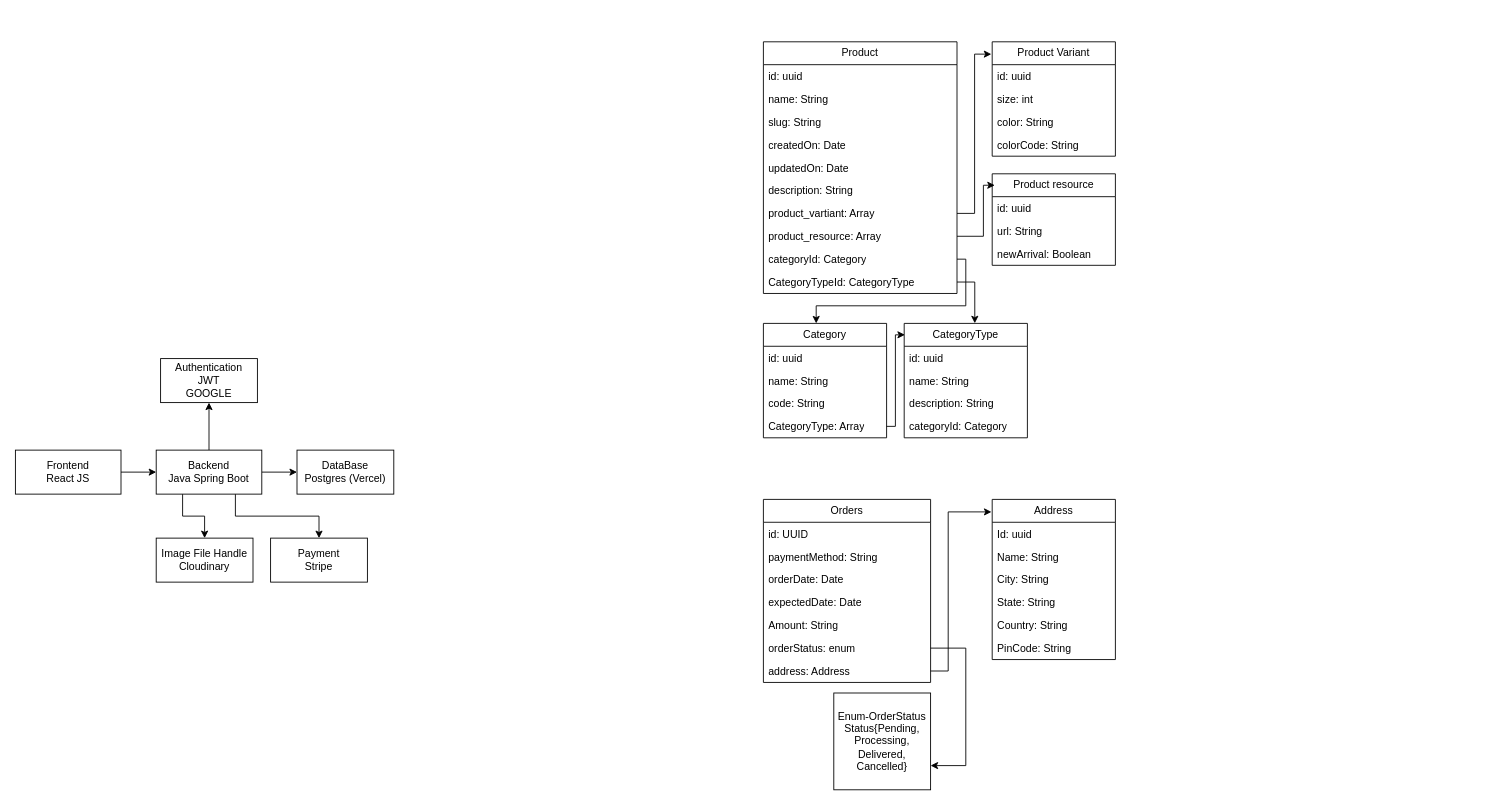
Earlier version of the draw.io diagram ShopEase.drawio (Nikhil-keshri2213/DSA_Practice_Skills). Source tidied: cells renumbered, new cells numbered last; positions are measured from the earlier drawing's top-left corner, leaving out a move shared by most shapes. Both pictures are drawn from the tidied source at 88%, with x=0, y=0 at pixel (15, 41).
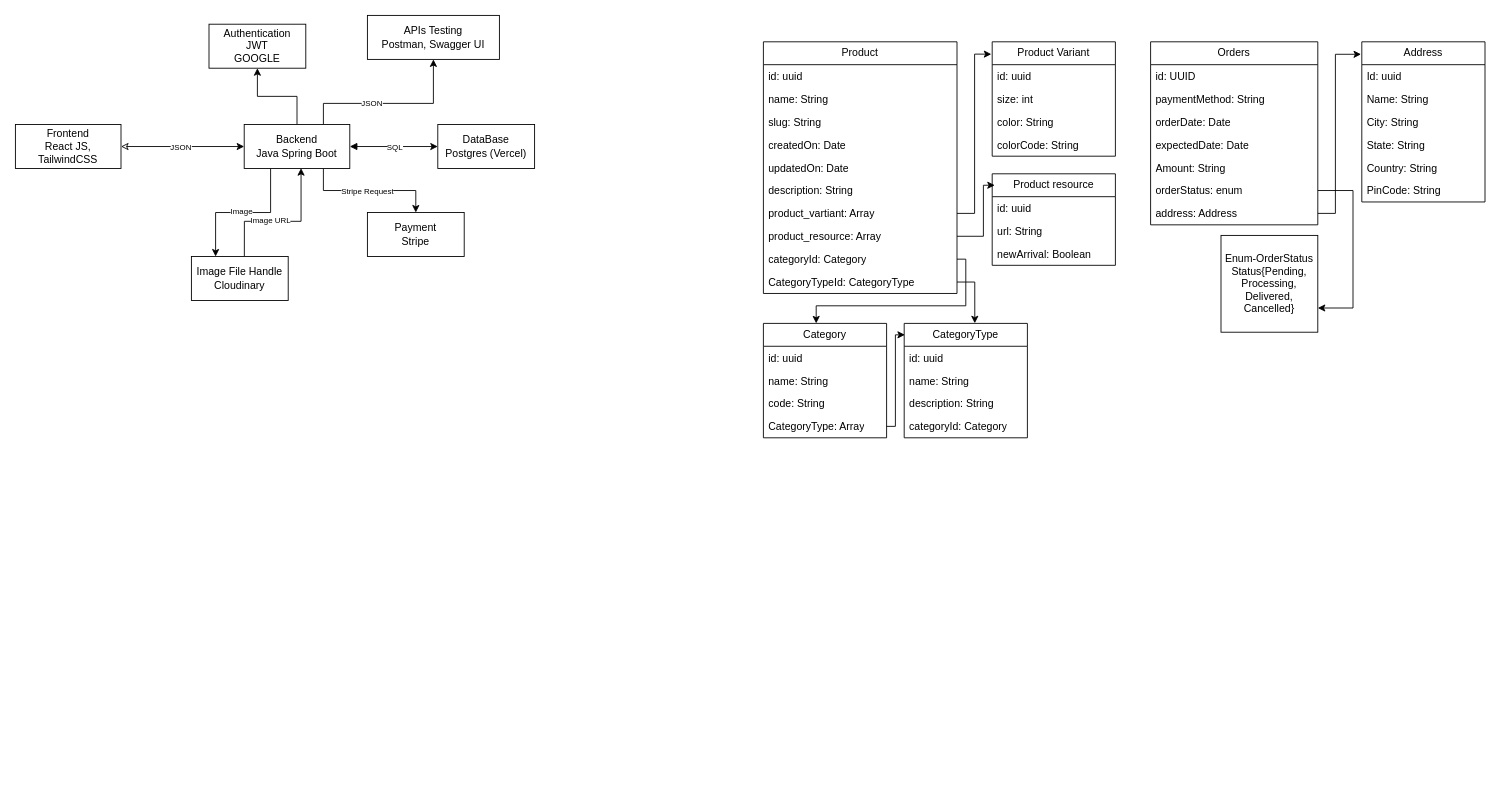
Above is the later version.

Unchanged cells that the change refers to:
```xml
<mxCell id="8" value="orderStatus: enum" style="text;strokeColor=none;fillColor=none;align=left;verticalAlign=top;spacingLeft=4;spacingRight=4;overflow=hidden;points=[[0,0.5],[1,0.5]];portConstraint=eastwest;whiteSpace=wrap;html=1;" parent="2" vertex="1">
  <mxGeometry y="156" width="190" height="26" as="geometry" />
</mxCell>
<mxCell id="9" value="address: Address" style="text;strokeColor=none;fillColor=none;align=left;verticalAlign=top;spacingLeft=4;spacingRight=4;overflow=hidden;points=[[0,0.5],[1,0.5]];portConstraint=eastwest;whiteSpace=wrap;html=1;" parent="2" vertex="1">
  <mxGeometry y="182" width="190" height="26" as="geometry" />
</mxCell>
```

What changed in the source:
```diff
@@
     <mxCell id="2" value="Orders" style="swimlane;fontStyle=0;horizontal=1;startSize=26;fillColor=none;whiteSpace=wrap;html=1;" parent="1" vertex="1">
-      <mxGeometry x="850" y="520" width="190" height="208" as="geometry" />
+      <mxGeometry x="1290" width="190" height="208" as="geometry" />
     </mxCell>
@@
     <mxCell id="10" value="Enum-OrderStatus&lt;div&gt;Status{Pending, Processing, Delivered, Cancelled}&lt;/div&gt;" style="html=1;whiteSpace=wrap;" parent="1" vertex="1">
-      <mxGeometry x="930" y="740" width="110" height="110" as="geometry" />
+      <mxGeometry x="1370" y="220" width="110" height="110" as="geometry" />
     </mxCell>
     <mxCell id="11" style="edgeStyle=orthogonalEdgeStyle;rounded=0;jettySize=auto;html=1;entryX=1;entryY=0.75;entryDx=0;entryDy=0;" parent="1" edge="1" source="8" target="10">
       <mxGeometry relative="1" as="geometry">
         <Array as="points">
-          <mxPoint x="1080" y="689" />
-          <mxPoint x="1080" y="823" />
+          <mxPoint x="1520" y="169" />
+          <mxPoint x="1520" y="303" />
         </Array>
       </mxGeometry>
     </mxCell>
     <mxCell id="12" value="Address" style="swimlane;fontStyle=0;horizontal=1;startSize=26;fillColor=none;whiteSpace=wrap;html=1;" parent="1" vertex="1">
-      <mxGeometry x="1110" y="520" width="140" height="182" as="geometry" />
+      <mxGeometry x="1530" width="140" height="182" as="geometry" />
     </mxCell>
@@
     <mxCell id="19" style="edgeStyle=orthogonalEdgeStyle;rounded=0;jettySize=auto;html=1;exitX=1;exitY=0.5;exitDx=0;exitDy=0;entryX=-0.006;entryY=0.078;entryDx=0;entryDy=0;entryPerimeter=0;" parent="1" edge="1" source="9" target="12">
       <mxGeometry relative="1" as="geometry">
         <Array as="points">
-          <mxPoint x="1060" y="715" />
-          <mxPoint x="1060" y="534" />
+          <mxPoint x="1500" y="195" />
+          <mxPoint x="1500" y="14" />
         </Array>
       </mxGeometry>
     </mxCell>
@@
-    <mxCell id="55" style="edgeStyle=orthogonalEdgeStyle;rounded=0;jettySize=auto;html=1;exitX=1;exitY=0.5;exitDx=0;exitDy=0;entryX=0;entryY=0.5;entryDx=0;entryDy=0;" parent="1" edge="1" source="56" target="61">
+    <mxCell id="55" style="edgeStyle=orthogonalEdgeStyle;rounded=0;jettySize=auto;html=1;exitX=1;exitY=0.5;exitDx=0;exitDy=0;entryX=0;entryY=0.5;entryDx=0;entryDy=0;startArrow=classic;startFill=0;" parent="1" edge="1" source="56" target="61">
       <mxGeometry relative="1" as="geometry" />
     </mxCell>
+    <mxCell id="66" value="JSON" style="edgeLabel;html=1;align=center;verticalAlign=middle;fontSize=9;" parent="55" vertex="1">
+      <mxGeometry x="-0.05" y="1" relative="1" as="geometry">
+        <mxPoint y="1" as="offset" />
+      </mxGeometry>
+    </mxCell>
-    <mxCell id="56" value="Frontend&lt;br&gt;React JS" style="html=1;whiteSpace=wrap;" parent="1" vertex="1">
-      <mxGeometry y="464" width="120" height="50" as="geometry" />
+    <mxCell id="56" value="Frontend&lt;br&gt;React JS, TailwindCSS" style="html=1;whiteSpace=wrap;" parent="1" vertex="1">
+      <mxGeometry y="94" width="120" height="50" as="geometry" />
     </mxCell>
-    <mxCell id="57" style="edgeStyle=orthogonalEdgeStyle;rounded=0;jettySize=auto;html=1;exitX=1;exitY=0.5;exitDx=0;exitDy=0;entryX=0;entryY=0.5;entryDx=0;entryDy=0;" parent="1" edge="1" source="61" target="62">
+    <mxCell id="57" style="edgeStyle=orthogonalEdgeStyle;rounded=0;jettySize=auto;html=1;exitX=1;exitY=0.5;exitDx=0;exitDy=0;entryX=0;entryY=0.5;entryDx=0;entryDy=0;startArrow=block;startFill=1;" parent="1" edge="1" source="61" target="62">
       <mxGeometry relative="1" as="geometry" />
     </mxCell>
+    <mxCell id="67" value="SQL" style="edgeLabel;html=1;align=center;verticalAlign=middle;fontSize=9;" parent="57" vertex="1">
+      <mxGeometry x="-0.18" y="-2" relative="1" as="geometry">
+        <mxPoint x="9" y="-2" as="offset" />
+      </mxGeometry>
+    </mxCell>
+    <mxCell id="59" style="edgeStyle=orthogonalEdgeStyle;rounded=0;jettySize=auto;html=1;exitX=0.75;exitY=1;exitDx=0;exitDy=0;entryX=0.5;entryY=0;entryDx=0;entryDy=0;" parent="1" edge="1" source="61" target="64">
+      <mxGeometry relative="1" as="geometry" />
+    </mxCell>
+    <mxCell id="68" value="Stripe Request" style="edgeLabel;html=1;align=center;verticalAlign=middle;fontSize=9;" parent="59" vertex="1">
+      <mxGeometry x="-0.17" y="1" relative="1" as="geometry">
+        <mxPoint x="10" y="1" as="offset" />
+      </mxGeometry>
+    </mxCell>
+    <mxCell id="60" style="edgeStyle=orthogonalEdgeStyle;rounded=0;jettySize=auto;html=1;exitX=0.5;exitY=0;exitDx=0;exitDy=0;entryX=0.5;entryY=1;entryDx=0;entryDy=0;" parent="1" edge="1" source="61" target="65">
+      <mxGeometry relative="1" as="geometry" />
+    </mxCell>
+    <mxCell id="69" style="edgeStyle=orthogonalEdgeStyle;rounded=0;jettySize=auto;html=1;exitX=0.75;exitY=0;exitDx=0;exitDy=0;entryX=0.5;entryY=1;entryDx=0;entryDy=0;" parent="1" edge="1" source="61" target="74">
+      <mxGeometry relative="1" as="geometry">
+        <Array as="points">
+          <mxPoint x="350" y="70" />
+          <mxPoint x="475" y="70" />
+        </Array>
+      </mxGeometry>
+    </mxCell>
+    <mxCell id="70" value="JSON" style="edgeLabel;html=1;align=center;verticalAlign=middle;fontSize=9;" parent="69" vertex="1">
+      <mxGeometry x="-0.22" relative="1" as="geometry" />
+    </mxCell>
-    <mxCell id="58" style="edgeStyle=orthogonalEdgeStyle;rounded=0;jettySize=auto;html=1;exitX=0.25;exitY=1;exitDx=0;exitDy=0;entryX=0.5;entryY=0;entryDx=0;entryDy=0;" parent="1" edge="1" source="61" target="63">
+    <mxCell id="58" style="edgeStyle=orthogonalEdgeStyle;rounded=0;jettySize=auto;html=1;exitX=0.25;exitY=1;exitDx=0;exitDy=0;entryX=0.25;entryY=0;entryDx=0;entryDy=0;" parent="1" edge="1" source="61" target="63">
       <mxGeometry relative="1" as="geometry" />
     </mxCell>
-    <mxCell id="59" style="edgeStyle=orthogonalEdgeStyle;rounded=0;jettySize=auto;html=1;exitX=0.75;exitY=1;exitDx=0;exitDy=0;entryX=0.5;entryY=0;entryDx=0;entryDy=0;" parent="1" edge="1" source="61" target="64">
-      <mxGeometry relative="1" as="geometry" />
-    </mxCell>
-    <mxCell id="60" style="edgeStyle=orthogonalEdgeStyle;rounded=0;jettySize=auto;html=1;exitX=0.5;exitY=0;exitDx=0;exitDy=0;entryX=0.5;entryY=1;entryDx=0;entryDy=0;" parent="1" edge="1" source="61" target="65">
-      <mxGeometry relative="1" as="geometry" />
-    </mxCell>
+    <mxCell id="71" value="Image" style="edgeLabel;html=1;align=center;verticalAlign=middle;fontSize=9;" parent="58" vertex="1">
+      <mxGeometry x="0.03" y="-2" relative="1" as="geometry" />
+    </mxCell>
     <mxCell id="61" value="Backend&lt;br&gt;Java Spring Boot" style="html=1;whiteSpace=wrap;" parent="1" vertex="1">
-      <mxGeometry x="160" y="464" width="120" height="50" as="geometry" />
+      <mxGeometry x="260" y="94" width="120" height="50" as="geometry" />
     </mxCell>
     <mxCell id="62" value="DataBase&lt;br&gt;Postgres (Vercel)" style="html=1;whiteSpace=wrap;" parent="1" vertex="1">
-      <mxGeometry x="320" y="464" width="110" height="50" as="geometry" />
+      <mxGeometry x="480" y="94" width="110" height="50" as="geometry" />
     </mxCell>
+    <mxCell id="72" style="edgeStyle=orthogonalEdgeStyle;rounded=0;jettySize=auto;html=1;exitX=0.547;exitY=0;exitDx=0;exitDy=0;exitPerimeter=0;" parent="1" edge="1" source="63">
+      <mxGeometry relative="1" as="geometry">
+        <mxPoint x="324.6" y="143.6" as="targetPoint" />
+        <Array as="points">
+          <mxPoint x="260" y="204" />
+          <mxPoint x="325" y="204" />
+        </Array>
+      </mxGeometry>
+    </mxCell>
+    <mxCell id="73" value="Image URL" style="edgeLabel;html=1;align=center;verticalAlign=middle;fontSize=9;" parent="72" vertex="1">
+      <mxGeometry x="-0.05" y="-1" relative="1" as="geometry">
+        <mxPoint x="-9" y="-3" as="offset" />
+      </mxGeometry>
+    </mxCell>
     <mxCell id="63" value="Image File Handle&lt;br&gt;Cloudinary" style="html=1;whiteSpace=wrap;" parent="1" vertex="1">
-      <mxGeometry x="160" y="564" width="110" height="50" as="geometry" />
+      <mxGeometry x="200" y="244" width="110" height="50" as="geometry" />
     </mxCell>
     <mxCell id="64" value="Payment&lt;br&gt;Stripe" style="html=1;whiteSpace=wrap;" parent="1" vertex="1">
-      <mxGeometry x="290" y="564" width="110" height="50" as="geometry" />
+      <mxGeometry x="400" y="194" width="110" height="50" as="geometry" />
     </mxCell>
     <mxCell id="65" value="Authentication&lt;br&gt;JWT&lt;br&gt;GOOGLE" style="html=1;whiteSpace=wrap;" parent="1" vertex="1">
-      <mxGeometry x="165" y="360" width="110" height="50" as="geometry" />
+      <mxGeometry x="220" y="-20" width="110" height="50" as="geometry" />
     </mxCell>
+    <mxCell id="74" value="APIs Testing&lt;br&gt;Postman, Swagger UI" style="html=1;whiteSpace=wrap;" parent="1" vertex="1">
+      <mxGeometry x="400" y="-30" width="150" height="50" as="geometry" />
+    </mxCell>
```
